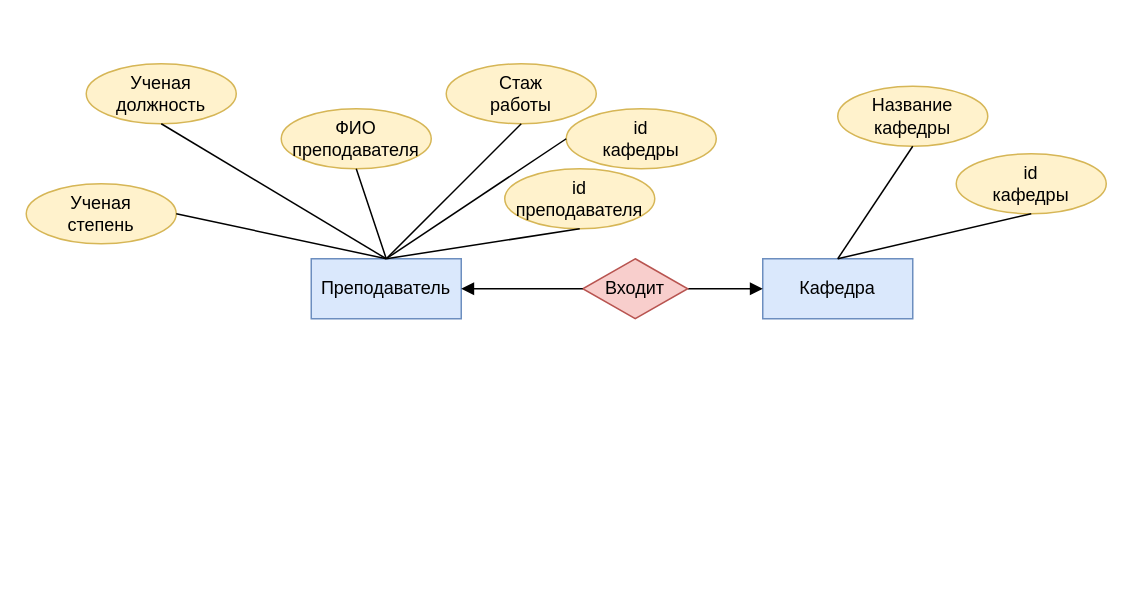
Before: page "БД по легенде" (1 of 2) of draw_io/БД.drawio in Dimj1k/Works, a draw.io diagram. Source tidied: cells renumbered, new cells numbered last; positions are measured from the earlier drawing's top-left corner, leaving out a move shared by most shapes. Both pictures are drawn from the tidied source at 150%, with x=0, y=0 at pixel (26, 63).
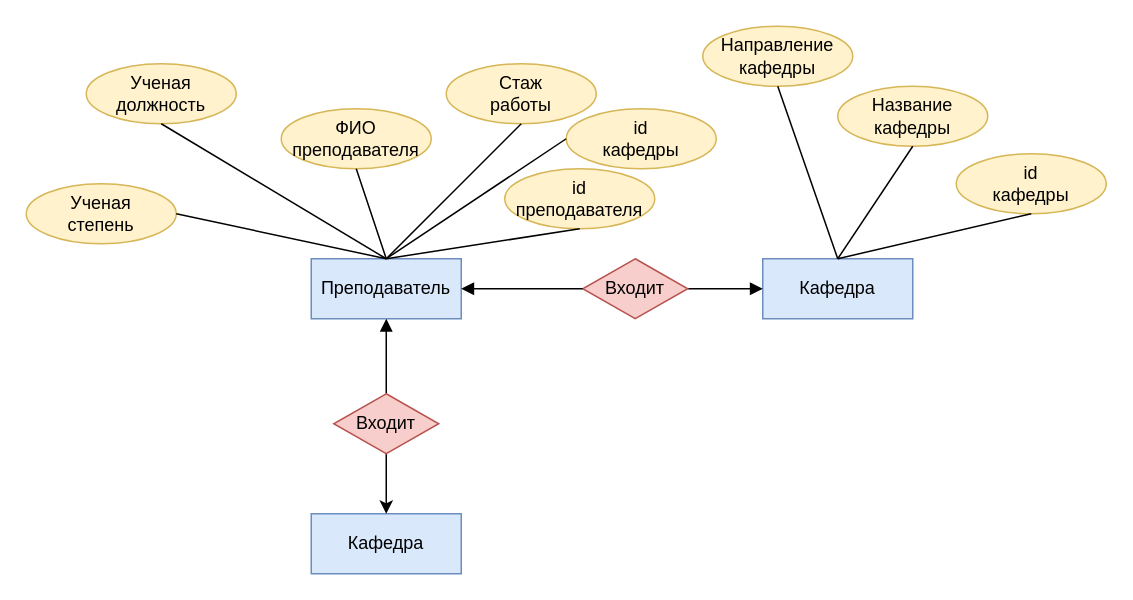
The same diagram, later.

Unchanged cells that the change refers to:
```xml
<mxCell id="2" value="Преподаватель" style="whiteSpace=wrap;html=1;align=center;fillColor=#dae8fc;strokeColor=#6c8ebf;" parent="1" vertex="1">
  <mxGeometry x="190" y="130" width="100" height="40" as="geometry" />
</mxCell>
<mxCell id="13" value="Кафедра" style="whiteSpace=wrap;html=1;align=center;fillColor=#dae8fc;strokeColor=#6c8ebf;" parent="1" vertex="1">
  <mxGeometry x="491" y="130" width="100" height="40" as="geometry" />
</mxCell>
```

Change to the diagram source:
```diff
@@
+    <mxCell id="23" value="Кафедра" style="whiteSpace=wrap;html=1;align=center;fillColor=#dae8fc;strokeColor=#6c8ebf;" parent="1" vertex="1">
+      <mxGeometry x="190" y="300" width="100" height="40" as="geometry" />
+    </mxCell>
+    <mxCell id="24" style="edgeStyle=orthogonalEdgeStyle;rounded=0;jettySize=auto;html=1;entryX=0.5;entryY=1;entryDx=0;entryDy=0;endArrow=block;endFill=1;" parent="1" edge="1" source="26" target="2">
+      <mxGeometry relative="1" as="geometry" />
+    </mxCell>
+    <mxCell id="25" style="edgeStyle=orthogonalEdgeStyle;rounded=0;jettySize=auto;html=1;entryX=0.5;entryY=0;entryDx=0;entryDy=0;" parent="1" edge="1" source="26" target="23">
+      <mxGeometry relative="1" as="geometry" />
+    </mxCell>
+    <mxCell id="26" value="Входит" style="shape=rhombus;perimeter=rhombusPerimeter;whiteSpace=wrap;html=1;align=center;fillColor=#f8cecc;strokeColor=#b85450;" parent="1" vertex="1">
+      <mxGeometry x="205" y="220" width="70" height="40" as="geometry" />
+    </mxCell>
+    <mxCell id="27" value="Направление&lt;br&gt;кафедры" style="ellipse;whiteSpace=wrap;html=1;align=center;fillColor=#fff2cc;strokeColor=#d6b656;" parent="1" vertex="1">
+      <mxGeometry x="451" y="-25" width="100" height="40" as="geometry" />
+    </mxCell>
+    <mxCell id="28" style="endArrow=none;html=1;rounded=0;entryX=0.5;entryY=1;entryDx=0;entryDy=0;exitX=0.5;exitY=0;exitDx=0;exitDy=0;" parent="1" edge="1" source="13" target="27">
+      <mxGeometry relative="1" as="geometry" />
+    </mxCell>
```
